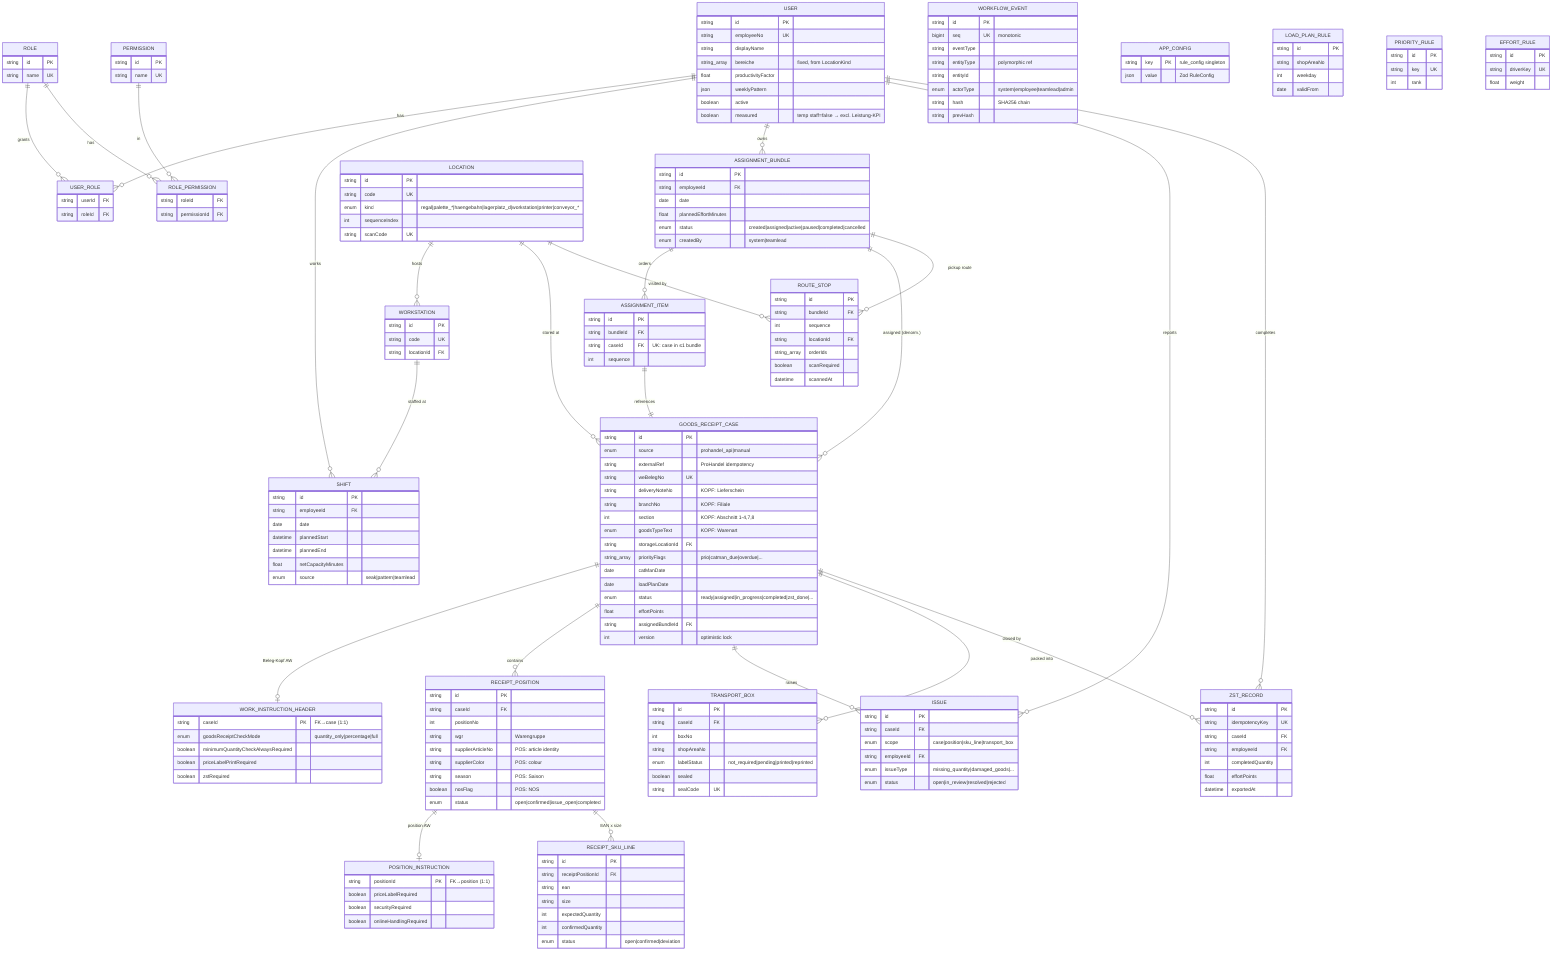
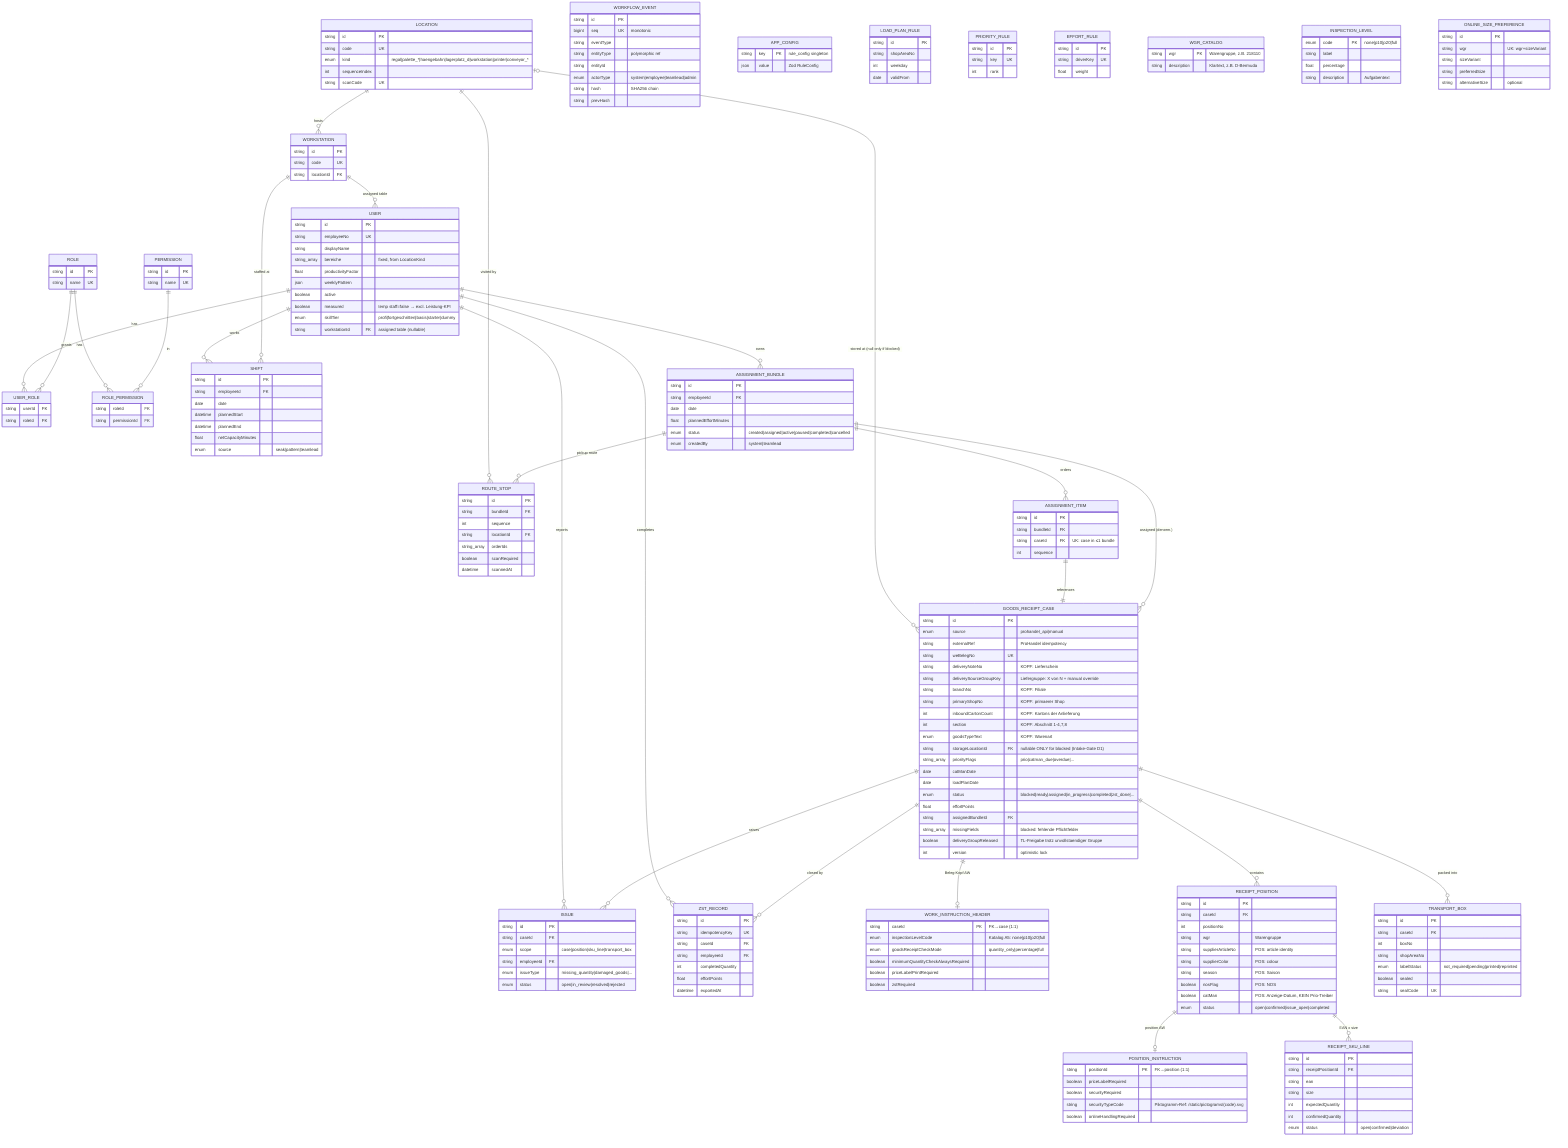
%% Domain / Entity model (ER) — verified against apps/backend-api/prisma/schema.prisma
%% Cardinality: ||--o{ = one-to-many ; ||--|| = one-to-one ; }o--o{ = many-to-many (via join).
%% Warenbezeichnung (ASN/DESADV): Beleg-Kopf fields live on GOODS_RECEIPT_CASE;
%% article identity / NOS / Saison live on RECEIPT_POSITION (see annotations).
erDiagram
    USER ||--o{ USER_ROLE : has
    ROLE ||--o{ USER_ROLE : grants
    ROLE ||--o{ ROLE_PERMISSION : has
    PERMISSION ||--o{ ROLE_PERMISSION : in
    USER ||--o{ SHIFT : works
    USER ||--o{ ASSIGNMENT_BUNDLE : owns
    USER ||--o{ ISSUE : reports
    USER ||--o{ ZST_RECORD : completes

    LOCATION ||--o{ WORKSTATION : hosts
    WORKSTATION ||--o{ SHIFT : "staffed at"
-     LOCATION ||--o{ GOODS_RECEIPT_CASE : "stored at"
+     WORKSTATION ||--o{ USER : "assigned table"
+     LOCATION |o--o{ GOODS_RECEIPT_CASE : "stored at (null only if blocked)"
    LOCATION ||--o{ ROUTE_STOP : "visited by"

    GOODS_RECEIPT_CASE ||--o| WORK_INSTRUCTION_HEADER : "Beleg-Kopf AW"
    GOODS_RECEIPT_CASE ||--o{ RECEIPT_POSITION : contains
    RECEIPT_POSITION ||--o| POSITION_INSTRUCTION : "position AW"
    RECEIPT_POSITION ||--o{ RECEIPT_SKU_LINE : "EAN x size"

    GOODS_RECEIPT_CASE ||--o{ ISSUE : raises
    GOODS_RECEIPT_CASE ||--o{ TRANSPORT_BOX : "packed into"
    GOODS_RECEIPT_CASE ||--o{ ZST_RECORD : "closed by"

    ASSIGNMENT_BUNDLE ||--o{ ASSIGNMENT_ITEM : orders
    ASSIGNMENT_ITEM ||--|| GOODS_RECEIPT_CASE : references
    ASSIGNMENT_BUNDLE ||--o{ GOODS_RECEIPT_CASE : "assigned (denorm.)"
    ASSIGNMENT_BUNDLE ||--o{ ROUTE_STOP : "pickup route"

    USER {
        string id PK
        string employeeNo UK
        string displayName
        string_array bereiche "fixed, from LocationKind"
        float productivityFactor
        json weeklyPattern
        boolean active
        boolean measured "temp staff=false → excl. Leistung-KPI"
+         enum skillTier "profi|fortgeschritten|basis|starter|dummy"
+         string workstationId FK "assigned table (nullable)"
    }
    ROLE { string id PK
        string name UK }
    PERMISSION { string id PK
        string name UK }
    USER_ROLE { string userId FK
        string roleId FK }
    ROLE_PERMISSION { string roleId FK
        string permissionId FK }

    SHIFT {
        string id PK
        string employeeId FK
        date date
        datetime plannedStart
        datetime plannedEnd
        float netCapacityMinutes
        enum source "seak|pattern|teamlead"
    }
    WORKSTATION { string id PK
        string code UK
        string locationId FK }
    LOCATION {
        string id PK
        string code UK
        enum kind "regal|palette_*|haengebahn|lagerplatz_d|workstation|printer|conveyor_*"
        int sequenceIndex
        string scanCode UK
    }

    GOODS_RECEIPT_CASE {
        string id PK
        enum source "prohandel_api|manual"
        string externalRef "ProHandel idempotency"
        string weBelegNo UK
        string deliveryNoteNo "KOPF: Lieferschein"
+         string deliverySourceGroupKey "Liefergruppe: X von N + manual override"
        string branchNo "KOPF: Filiale"
+         string primaryShopNo "KOPF: primaerer Shop"
+         int inboundCartonCount "KOPF: Kartons der Anlieferung"
        int section "KOPF: Abschnitt 1-4,7,8"
        enum goodsTypeText "KOPF: Warenart"
-         string storageLocationId FK
+         string storageLocationId FK "nullable ONLY for blocked (Intake-Gate D1)"
        string_array priorityFlags "prio|catman_due|overdue|..."
        date catManDate
        date loadPlanDate
-         enum status "ready|assigned|in_progress|completed|zst_done|..."
+         enum status "blocked|ready|assigned|in_progress|completed|zst_done|..."
        float effortPoints
        string assignedBundleId FK
+         string_array missingFields "blocked: fehlende Pflichtfelder"
+         boolean deliveryGroupReleased "TL-Freigabe trotz unvollstaendiger Gruppe"
        int version "optimistic lock"
    }
    WORK_INSTRUCTION_HEADER {
        string caseId PK "FK→case (1:1)"
+         enum inspectionLevelCode "Katalog A5: none|p10|p20|full"
        enum goodsReceiptCheckMode "quantity_only|percentage|full"
        boolean minimumQuantityCheckAlwaysRequired
        boolean priceLabelPrintRequired
        boolean zstRequired
    }
    RECEIPT_POSITION {
        string id PK
        string caseId FK
        int positionNo
        string wgr "Warengruppe"
        string supplierArticleNo "POS: article identity"
        string supplierColor "POS: colour"
        string season "POS: Saison"
        boolean nosFlag "POS: NOS"
+         boolean catMan "POS: Anzeige-Datum, KEIN Prio-Treiber"
        enum status "open|confirmed|issue_open|completed"
    }
    POSITION_INSTRUCTION {
        string positionId PK "FK→position (1:1)"
        boolean priceLabelRequired
        boolean securityRequired
+         string securityTypeCode "Piktogramm-Ref: /static/pictograms/(code).svg"
        boolean onlineHandlingRequired
    }
    RECEIPT_SKU_LINE {
        string id PK
        string receiptPositionId FK
        string ean
        string size
        int expectedQuantity
        int confirmedQuantity
        enum status "open|confirmed|deviation"
    }

    ASSIGNMENT_BUNDLE {
        string id PK
        string employeeId FK
        date date
        float plannedEffortMinutes
        enum status "created|assigned|active|paused|completed|cancelled"
        enum createdBy "system|teamlead"
    }
    ASSIGNMENT_ITEM {
        string id PK
        string bundleId FK
        string caseId FK "UK: case in ≤1 bundle"
        int sequence
    }
    ROUTE_STOP {
        string id PK
        string bundleId FK
        int sequence
        string locationId FK
        string_array orderIds
        boolean scanRequired
        datetime scannedAt
    }

    ISSUE {
        string id PK
        string caseId FK
        enum scope "case|position|sku_line|transport_box"
        string employeeId FK
        enum issueType "missing_quantity|damaged_goods|..."
        enum status "open|in_review|resolved|rejected"
    }
    TRANSPORT_BOX {
        string id PK
        string caseId FK
        int boxNo
        string shopAreaNo
        enum labelStatus "not_required|pending|printed|reprinted"
        boolean sealed
        string sealCode UK
    }
    ZST_RECORD {
        string id PK
        string idempotencyKey UK
        string caseId FK
        string employeeId FK
        int completedQuantity
        float effortPoints
        datetime exportedAt
    }

    WORKFLOW_EVENT {
        string id PK
        bigint seq UK "monotonic"
        string eventType
        string entityType "polymorphic ref"
        string entityId
        enum actorType "system|employee|teamlead|admin"
        string hash "SHA256 chain"
        string prevHash
    }
    APP_CONFIG {
        string key PK "rule_config singleton"
        json value "Zod RuleConfig"
    }
    LOAD_PLAN_RULE {
        string id PK
        string shopAreaNo
        int weekday
        date validFrom
    }
    PRIORITY_RULE { string id PK
        string key UK
        int rank }
    EFFORT_RULE { string id PK
        string driverKey UK
        float weight }
+ 
+     %% Mock-ERP catalogs (Teamlead-Feedback 03.07.2026) — standalone lookup tables,
+     %% referenced by code (wgr / inspectionLevelCode), no FK relations.
+     WGR_CATALOG {
+         string wgr PK "Warengruppe, z.B. 218110"
+         string description "Klartext, z.B. D-Bermuda"
+     }
+     INSPECTION_LEVEL {
+         enum code PK "none|p10|p20|full"
+         string label
+         float percentage
+         string description "Aufgabentext"
+     }
+     ONLINE_SIZE_PREFERENCE {
+         string id PK
+         string wgr "UK: wgr+sizeVariant"
+         string sizeVariant
+         string preferredSize
+         string alternativeSize "optional"
+     }
